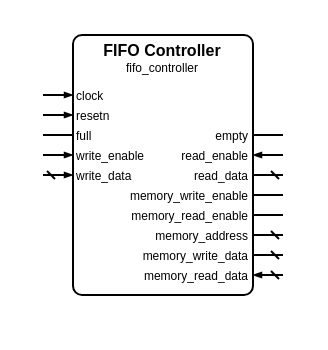
The draw.io diagram sources/data/controllers/fifo/fifo_controller.symbol.drawio in Louis-DR/OmniCores-BuildingBlocks, before the edit. Source tidied: cells renumbered, new cells numbered last; positions are measured from the earlier drawing's top-left corner, leaving out a move shared by most shapes. Both pictures are drawn from the tidied source at 200%, with x=0, y=0 at pixel (42, 34).
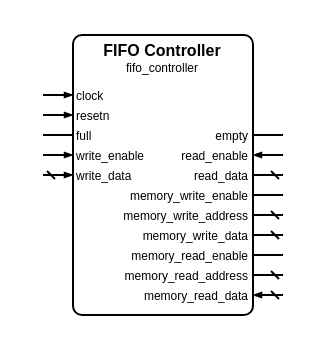
The same page after the edit.

The edit, as a diff of the source:
```diff
@@
     <mxCell id="2" style="group;" parent="1" vertex="1">
-      <mxGeometry width="120" height="130" as="geometry" />
+      <mxGeometry width="120" height="140" as="geometry" />
     </mxCell>
     <mxCell id="3" style="rounded=1;arcSize=5;fillColor=none;strokeWidth=1;strokeColor=black;whiteSpace=wrap;html=1;" parent="2" vertex="1">
-      <mxGeometry x="15" width="90" height="130" as="geometry" />
+      <mxGeometry x="15" width="90" height="140" as="geometry" />
     </mxCell>
@@
+    <mxCell id="32" value="memory_write_address" style="text;html=1;align=right;verticalAlign=middle;whiteSpace=wrap;rounded=0;fontSize=6;fontStyle=0;fontColor=black;" parent="2" vertex="1">
+      <mxGeometry x="15" y="90" width="90" as="geometry" />
+    </mxCell>
+    <mxCell id="33" style="html=1;rounded=1;strokeWidth=1;strokeColor=black;startFill=0;startSize=2;startArrow=dash;endFill=1;endSize=2;endArrow=none;sourcePerimeterSpacing=0;" parent="2" edge="1">
+      <mxGeometry relative="1" as="geometry">
+        <mxPoint x="120" y="90" as="sourcePoint" />
+        <mxPoint x="105" y="90" as="targetPoint" />
+      </mxGeometry>
+    </mxCell>
+    <mxCell id="28" value="memory_write_data" style="text;html=1;align=right;verticalAlign=middle;whiteSpace=wrap;rounded=0;fontSize=6;fontStyle=0;fontColor=black;" parent="2" vertex="1">
+      <mxGeometry x="15" y="100" width="90" as="geometry" />
+    </mxCell>
+    <mxCell id="29" style="html=1;rounded=1;strokeWidth=1;strokeColor=black;startFill=0;startSize=2;startArrow=dash;endFill=1;endSize=2;endArrow=none;sourcePerimeterSpacing=0;" parent="2" edge="1">
+      <mxGeometry relative="1" as="geometry">
+        <mxPoint x="120" y="100" as="sourcePoint" />
+        <mxPoint x="105" y="100" as="targetPoint" />
+      </mxGeometry>
+    </mxCell>
     <mxCell id="24" value="memory_read_enable" style="text;html=1;align=right;verticalAlign=middle;whiteSpace=wrap;rounded=0;fontSize=6;fontStyle=0;fontColor=black;" parent="2" vertex="1">
-      <mxGeometry x="15" y="90" width="90" as="geometry" />
+      <mxGeometry x="15" y="110" width="90" as="geometry" />
     </mxCell>
     <mxCell id="25" style="html=1;rounded=1;strokeWidth=1;strokeColor=black;startFill=0;startSize=2;startArrow=none;endFill=1;endSize=2;endArrow=none;sourcePerimeterSpacing=0;" parent="2" edge="1">
       <mxGeometry relative="1" as="geometry">
-        <mxPoint x="120" y="90" as="sourcePoint" />
-        <mxPoint x="105" y="90" as="targetPoint" />
+        <mxPoint x="120" y="110" as="sourcePoint" />
+        <mxPoint x="105" y="110" as="targetPoint" />
       </mxGeometry>
     </mxCell>
-    <mxCell id="26" value="memory_address" style="text;html=1;align=right;verticalAlign=middle;whiteSpace=wrap;rounded=0;fontSize=6;fontStyle=0;fontColor=black;" parent="2" vertex="1">
-      <mxGeometry x="15" y="100" width="90" as="geometry" />
-    </mxCell>
-    <mxCell id="27" style="html=1;rounded=1;strokeWidth=1;strokeColor=black;startFill=0;startSize=2;startArrow=dash;endFill=1;endSize=2;endArrow=none;sourcePerimeterSpacing=0;" parent="2" edge="1">
-      <mxGeometry relative="1" as="geometry">
-        <mxPoint x="120" y="100" as="sourcePoint" />
-        <mxPoint x="105" y="100" as="targetPoint" />
-      </mxGeometry>
-    </mxCell>
-    <mxCell id="28" value="memory_write_data" style="text;html=1;align=right;verticalAlign=middle;whiteSpace=wrap;rounded=0;fontSize=6;fontStyle=0;fontColor=black;" parent="2" vertex="1">
-      <mxGeometry x="15" y="110" width="90" as="geometry" />
-    </mxCell>
-    <mxCell id="29" style="html=1;rounded=1;strokeWidth=1;strokeColor=black;startFill=0;startSize=2;startArrow=dash;endFill=1;endSize=2;endArrow=none;sourcePerimeterSpacing=0;" parent="2" edge="1">
-      <mxGeometry relative="1" as="geometry">
-        <mxPoint x="120" y="110" as="sourcePoint" />
-        <mxPoint x="105" y="110" as="targetPoint" />
-      </mxGeometry>
-    </mxCell>
+    <mxCell id="34" value="memory_read_address" style="text;html=1;align=right;verticalAlign=middle;whiteSpace=wrap;rounded=0;fontSize=6;fontStyle=0;fontColor=black;" parent="2" vertex="1">
+      <mxGeometry x="15" y="120" width="90" as="geometry" />
+    </mxCell>
+    <mxCell id="35" style="html=1;rounded=1;strokeWidth=1;strokeColor=black;startFill=0;startSize=2;startArrow=dash;endFill=1;endSize=2;endArrow=none;sourcePerimeterSpacing=0;" parent="2" edge="1">
+      <mxGeometry relative="1" as="geometry">
+        <mxPoint x="120" y="120" as="sourcePoint" />
+        <mxPoint x="105" y="120" as="targetPoint" />
+      </mxGeometry>
+    </mxCell>
     <mxCell id="30" value="memory_read_data" style="text;html=1;align=right;verticalAlign=middle;whiteSpace=wrap;rounded=0;fontSize=6;fontStyle=0;fontColor=black;" parent="2" vertex="1">
-      <mxGeometry x="15" y="120" width="90" as="geometry" />
+      <mxGeometry x="15" y="130" width="90" as="geometry" />
     </mxCell>
     <mxCell id="31" style="html=1;rounded=1;strokeWidth=1;strokeColor=black;startFill=0;startSize=2;startArrow=dash;endFill=1;endSize=2;endArrow=blockThin;sourcePerimeterSpacing=0;" parent="2" edge="1">
       <mxGeometry relative="1" as="geometry">
-        <mxPoint x="120" y="120" as="sourcePoint" />
-        <mxPoint x="105" y="120" as="targetPoint" />
+        <mxPoint x="120" y="130" as="sourcePoint" />
+        <mxPoint x="105" y="130" as="targetPoint" />
       </mxGeometry>
     </mxCell>
```
